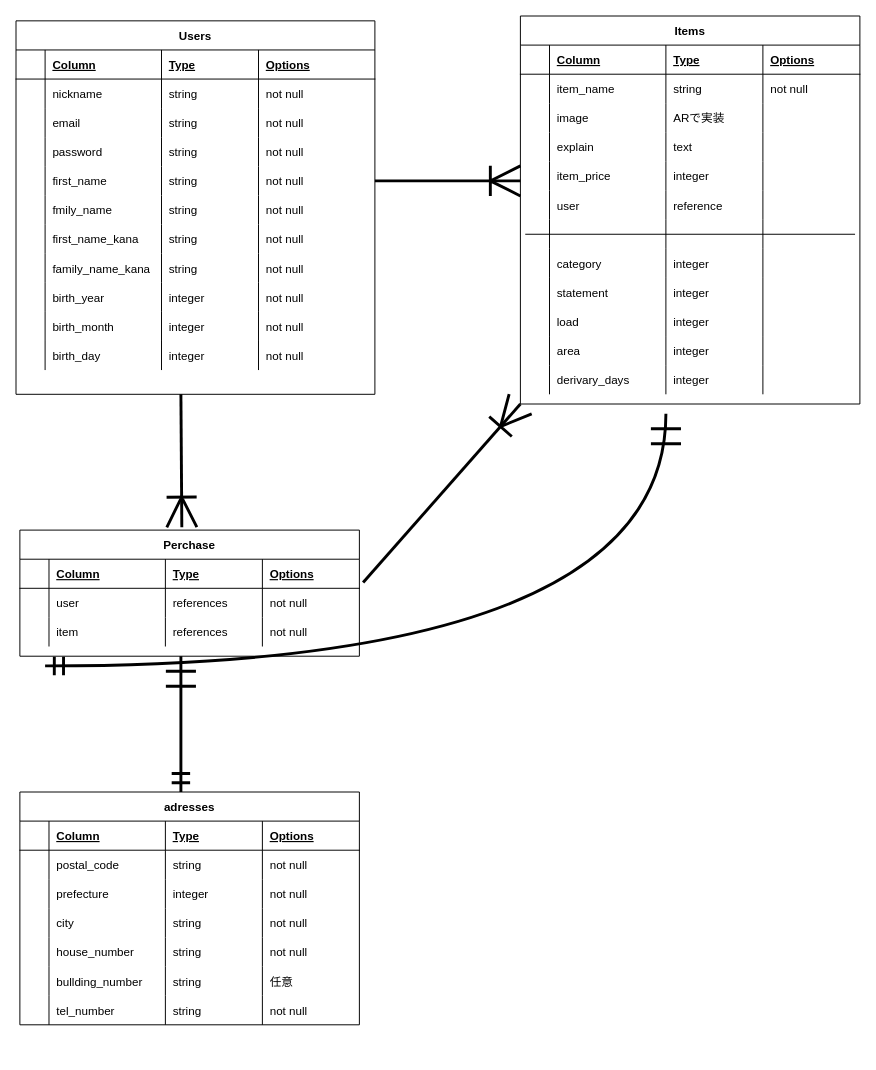
Before: furima_table.dio in kuuleon/furima-kagawa2021-passpo, a draw.io diagram. Source tidied: cells renumbered, new cells numbered last; positions are measured from the earlier drawing's top-left corner, leaving out a move shared by most shapes. Both pictures are drawn from the tidied source at 97%, with x=0, y=0 at pixel (16, 16).
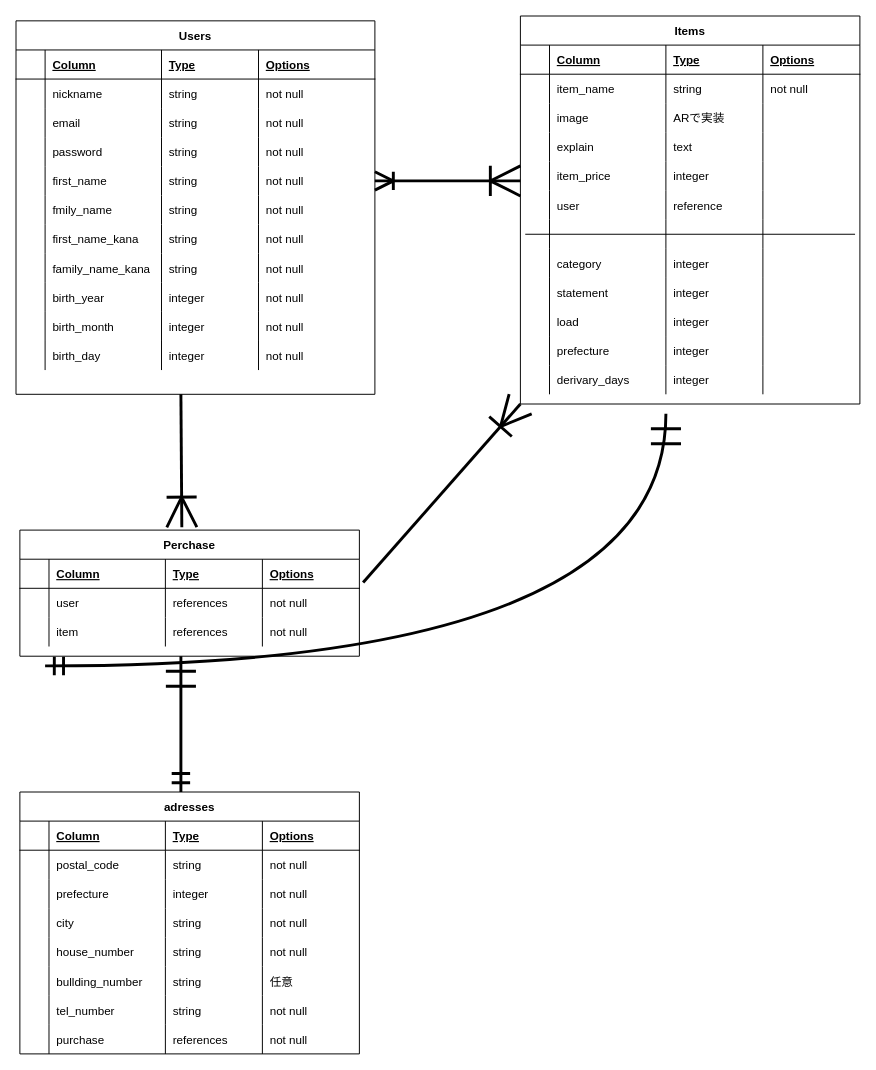
After the change.

The change refers to these unchanged cells:
```xml
<mxCell id="24" style="shape=partialRectangle;fillColor=none;top=0;left=0;bottom=0;right=0;points=[[0,0.5],[1,0.5]];portConstraint=eastwest;" parent="2" vertex="1">
  <mxGeometry y="150" width="370" height="30" as="geometry" />
</mxCell>
<mxCell id="111" style="shape=partialRectangle;fillColor=none;top=0;left=0;bottom=0;right=0;" parent="59" vertex="1">
  <mxGeometry y="330" width="350" height="30" as="geometry" />
</mxCell>
```

The edit, as a diff of the source:
```diff
@@
-    <mxCell id="113" value="area" style="shape=partialRectangle;fillColor=none;top=0;left=0;bottom=0;right=0;align=left;spacingLeft=6;overflow=hidden;" parent="111" vertex="1">
+    <mxCell id="113" value="prefecture" style="shape=partialRectangle;fillColor=none;top=0;left=0;bottom=0;right=0;align=left;spacingLeft=6;overflow=hidden;" parent="111" vertex="1">
       <mxGeometry x="30" width="120" height="30" as="geometry" />
     </mxCell>
@@
-    <mxCell id="139" style="edgeStyle=entityRelationEdgeStyle;fontSize=12;html=1;endArrow=ERoneToMany;endSize=27;startSize=15;jumpSize=19;strokeWidth=3;exitX=1;exitY=0.5;exitDx=0;exitDy=0;" parent="1" edge="1" source="24">
+    <mxCell id="139" style="edgeStyle=entityRelationEdgeStyle;fontSize=12;html=1;endArrow=ERoneToMany;endSize=27;startSize=15;jumpSize=19;strokeWidth=3;exitX=1;exitY=0.5;exitDx=0;exitDy=0;endFill=0;startArrow=ERoneToMany;startFill=0;" parent="1" edge="1" source="24">
       <mxGeometry relative="1" as="geometry">
         <mxPoint x="520" y="170" as="targetPoint" />
       </mxGeometry>
     </mxCell>
@@
     <mxCell id="141" value="adresses" style="shape=table;startSize=30;childLayout=tableLayout;rowLines=0;fontStyle=1;align=center;" parent="1" vertex="1">
-      <mxGeometry x="4" y="800" width="350" height="240" as="geometry" />
+      <mxGeometry x="4" y="800" width="350" height="270" as="geometry" />
     </mxCell>
@@
+    <mxCell id="181" style="shape=partialRectangle;fillColor=none;top=0;left=0;bottom=0;right=0;" parent="141" vertex="1">
+      <mxGeometry y="240" width="350" height="30" as="geometry" />
+    </mxCell>
+    <mxCell id="182" style="shape=partialRectangle;fillColor=none;top=0;left=0;bottom=0;right=0;overflow=hidden;" parent="181" vertex="1">
+      <mxGeometry width="30" height="30" as="geometry" />
+    </mxCell>
+    <mxCell id="183" value="purchase" style="shape=partialRectangle;fillColor=none;top=0;left=0;bottom=0;right=0;align=left;spacingLeft=6;overflow=hidden;" parent="181" vertex="1">
+      <mxGeometry x="30" width="120" height="30" as="geometry" />
+    </mxCell>
+    <mxCell id="184" value="references" style="shape=partialRectangle;fillColor=none;top=0;left=0;bottom=0;right=0;align=left;spacingLeft=6;overflow=hidden;" parent="181" vertex="1">
+      <mxGeometry x="150" width="100" height="30" as="geometry" />
+    </mxCell>
+    <mxCell id="185" value="not null" style="shape=partialRectangle;fillColor=none;top=0;left=0;bottom=0;right=0;align=left;spacingLeft=6;overflow=hidden;" parent="181" vertex="1">
+      <mxGeometry x="250" width="100" height="30" as="geometry" />
+    </mxCell>
```
